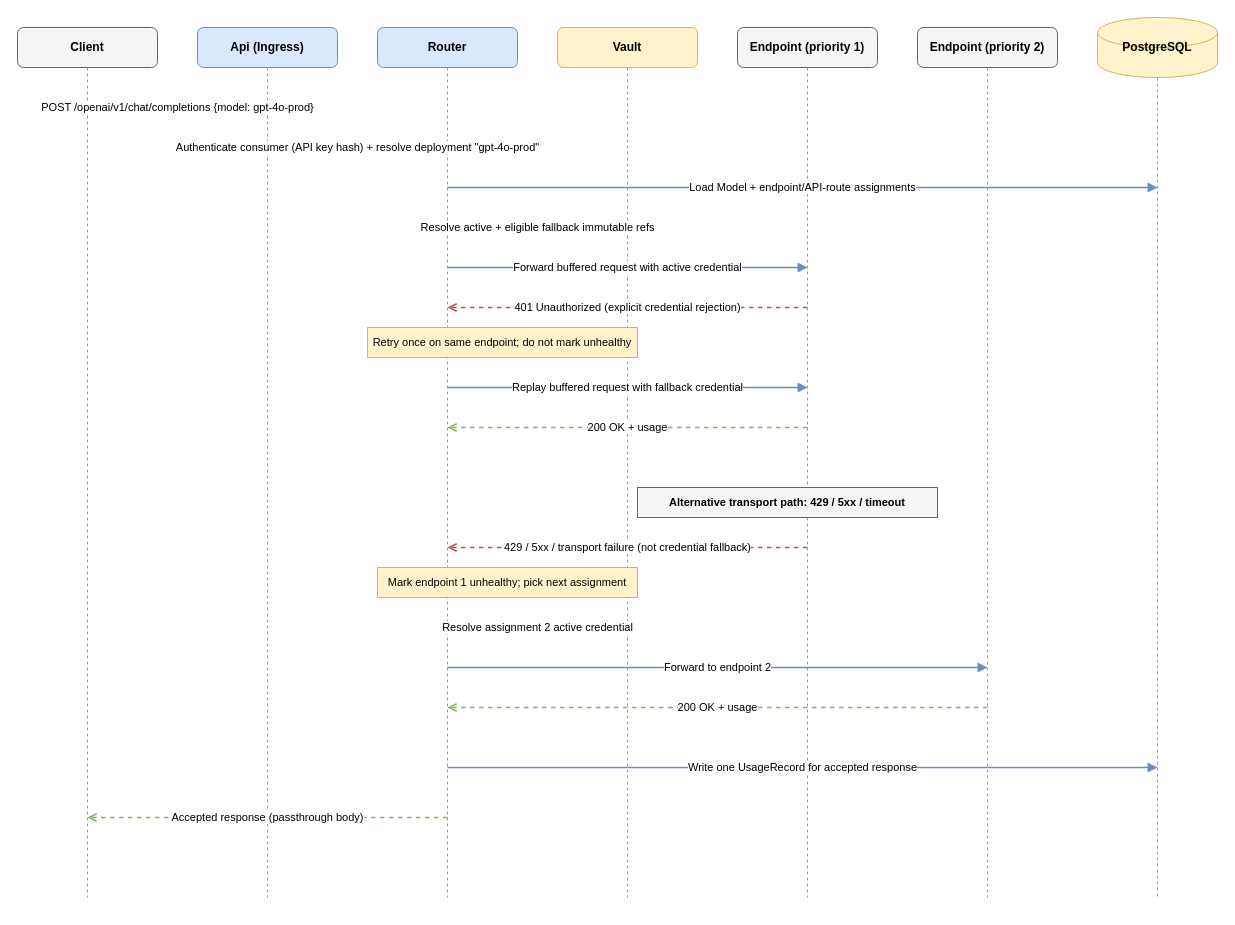
azureholic/AIProxyPlus keeps this draw.io diagram as specs/architecture/diagrams/03-sequence-non-streaming-failover.drawio. Above is the earlier version. Source tidied: cells renumbered, new cells numbered last; positions are measured from the earlier drawing's top-left corner, leaving out a move shared by most shapes. Both pictures are drawn from the tidied source at 100%, with x=0, y=0 at pixel (17, 17).
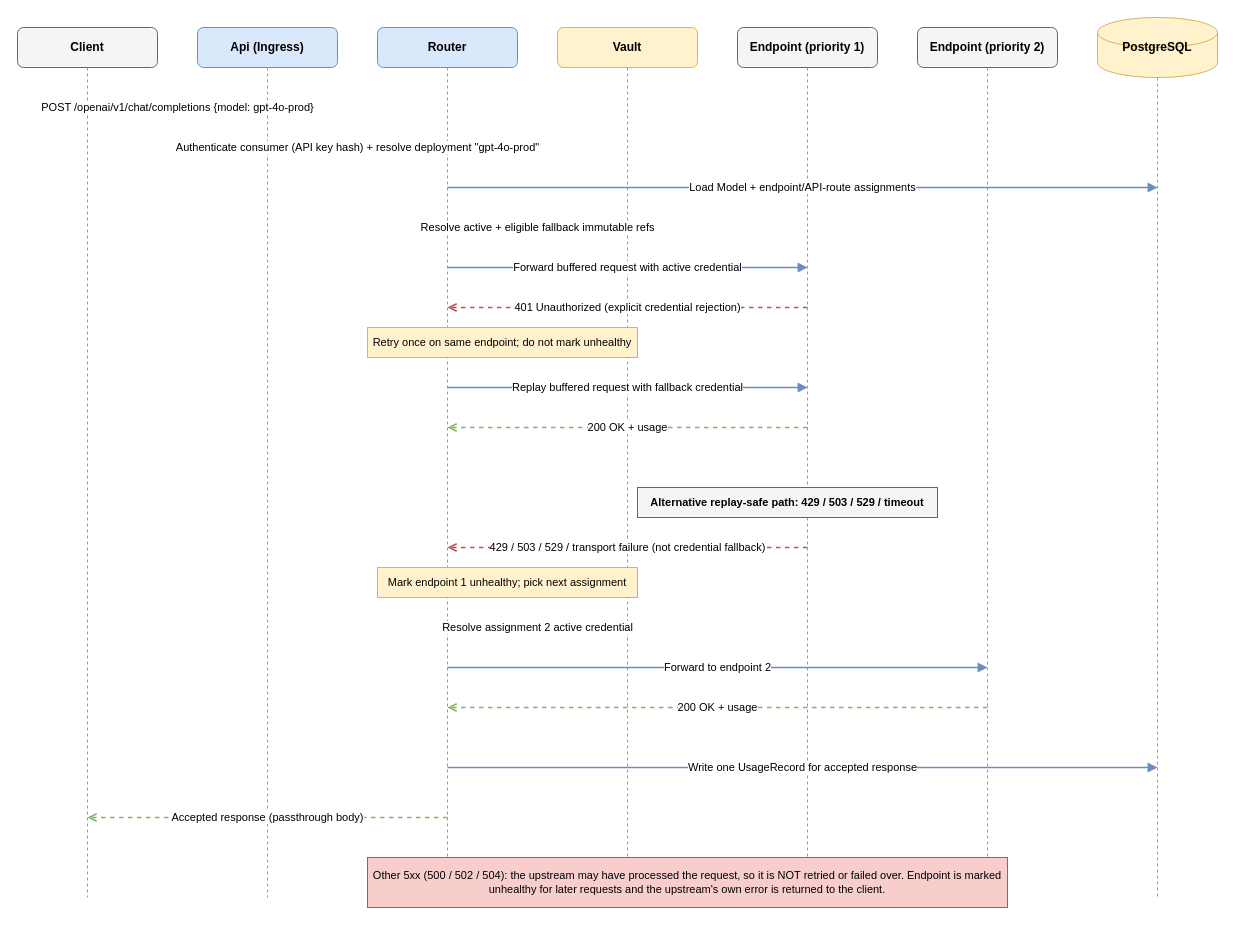
After the change.

Commit message (it also covers changes not shown here):
Sync failover docs and diagram; replay Anthropic 529

What changed in the source:
```diff
@@
-    <mxCell id="25" value="Alternative transport path: 429 / 5xx / timeout" style="rounded=0;whiteSpace=wrap;html=1;fillColor=#f5f5f5;strokeColor=#666666;fontSize=11;align=center;fontStyle=1;" parent="1" vertex="1">
+    <mxCell id="25" value="Alternative replay-safe path: 429 / 503 / 529 / timeout" style="rounded=0;whiteSpace=wrap;html=1;fillColor=#f5f5f5;strokeColor=#666666;fontSize=11;align=center;fontStyle=1;" parent="1" vertex="1">
       <mxGeometry x="620" y="470" width="300" height="30" as="geometry" />
     </mxCell>
-    <mxCell id="26" value="429 / 5xx / transport failure (not credential fallback)" style="html=1;endArrow=open;dashed=1;strokeColor=#b85450;strokeWidth=1.5;fontSize=11;" parent="1" edge="1">
+    <mxCell id="26" value="429 / 503 / 529 / transport failure (not credential fallback)" style="html=1;endArrow=open;dashed=1;strokeColor=#b85450;strokeWidth=1.5;fontSize=11;" parent="1" edge="1">
       <mxGeometry relative="1" as="geometry">
         <mxPoint x="790" y="530" as="sourcePoint" />
         <mxPoint x="430" y="530" as="targetPoint" />
       </mxGeometry>
     </mxCell>
@@
+    <mxCell id="33" value="Other 5xx (500 / 502 / 504): the upstream may have processed the request, so it is NOT retried or failed over. Endpoint is marked unhealthy for later requests and the upstream's own error is returned to the client." style="rounded=0;whiteSpace=wrap;html=1;fillColor=#f8cecc;strokeColor=#b85450;fontSize=11;align=center;" parent="1" vertex="1">
+      <mxGeometry x="350" y="840" width="640" height="50" as="geometry" />
+    </mxCell>
```
